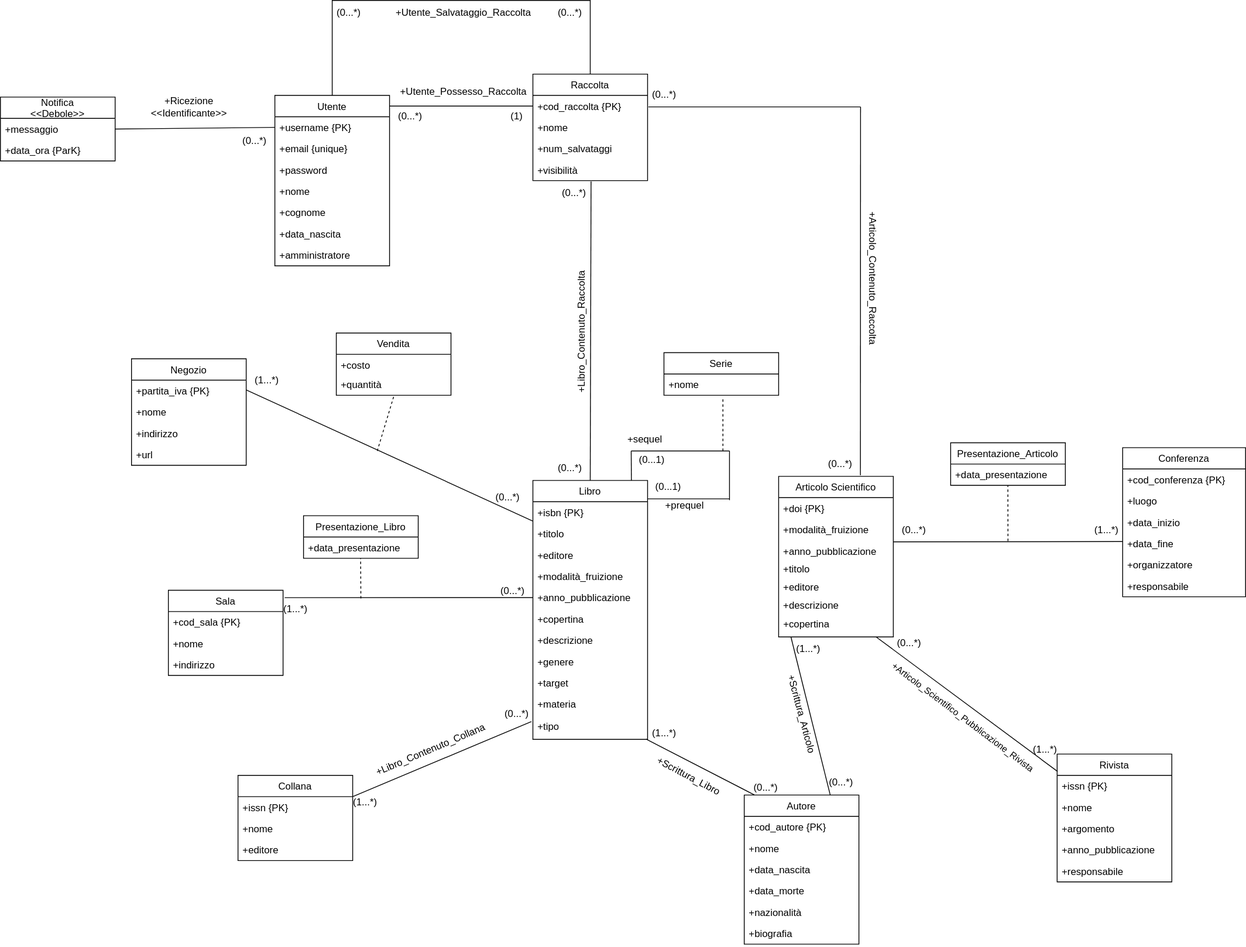
This is progettazione_concettuale/Modello_Concettuale_Ristrutturato_UML.drawio.svg from m3tt0/Progetto_OB_BASI, a draw.io export, as it was before one commit. Source tidied: cells renumbered, new cells last; positions are measured from the earlier drawing's top-left corner, leaving out a move shared by most shapes.
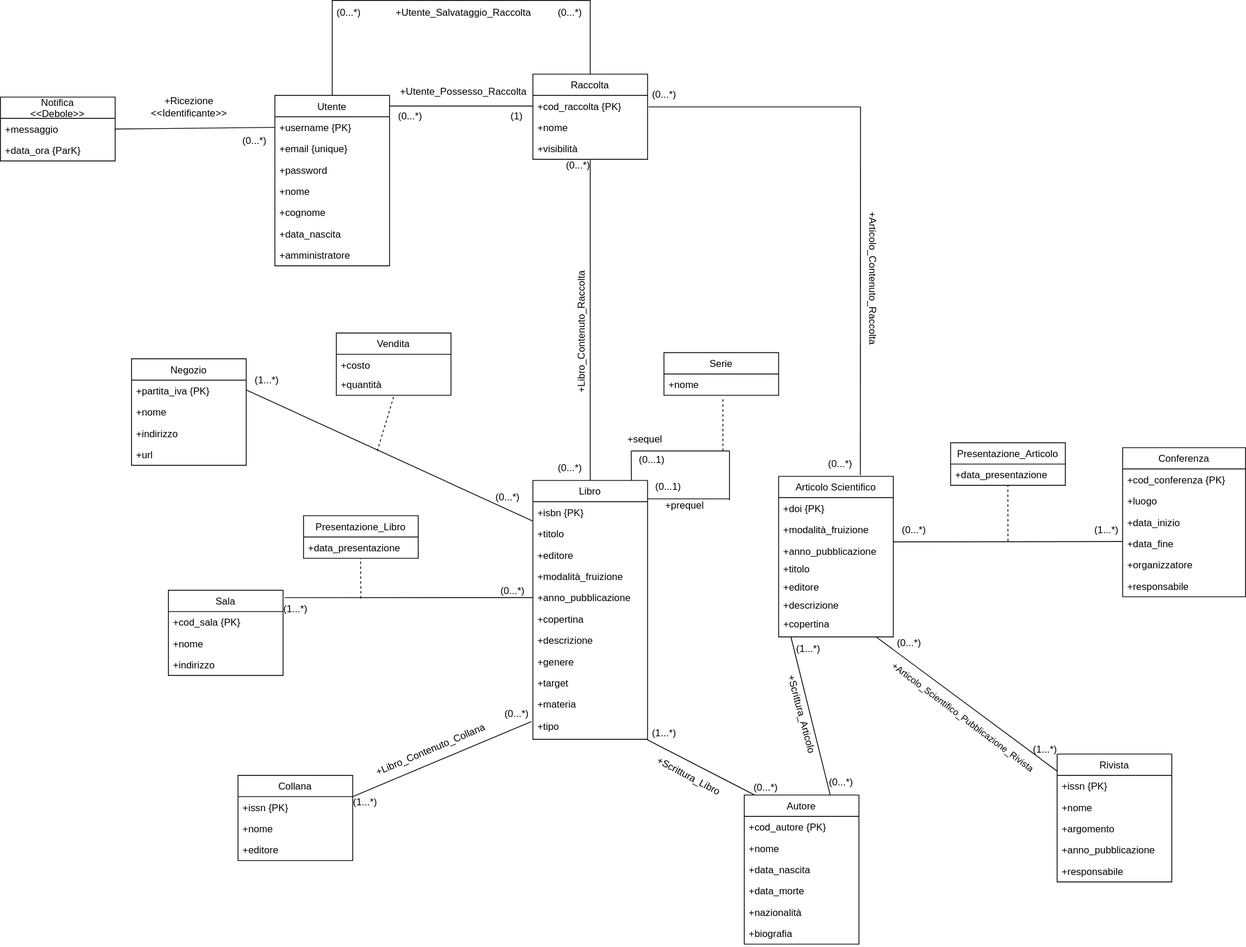
After the change.

Diff of the diagram source:
```diff
@@ -327,7 +327,7 @@
       <mxGeometry x="170" y="110" width="120" height="40" as="geometry" />
     </mxCell>
     <mxCell id="105" value="Raccolta" style="swimlane;fontStyle=0;horizontal=1;startSize=26;fillColor=none;" parent="1" vertex="1">
-      <mxGeometry x="650" y="90" width="140" height="130" as="geometry" />
+      <mxGeometry x="650" y="90" width="140" height="104" as="geometry" />
     </mxCell>
     <mxCell id="106" value="+cod_raccolta {PK}" style="text;strokeColor=none;fillColor=none;align=left;verticalAlign=top;spacingLeft=4;spacingRight=4;overflow=hidden;points=[[0,0.5],[1,0.5]];portConstraint=eastwest;fontStyle=0;" parent="105" vertex="1">
       <mxGeometry y="26" width="140" height="26" as="geometry" />
@@ -335,11 +335,8 @@
     <mxCell id="107" value="+nome" style="text;strokeColor=none;fillColor=none;align=left;verticalAlign=top;spacingLeft=4;spacingRight=4;overflow=hidden;" parent="105" vertex="1">
       <mxGeometry y="52" width="140" height="26" as="geometry" />
     </mxCell>
-    <mxCell id="108" value="+num_salvataggi" style="text;strokeColor=none;fillColor=none;align=left;verticalAlign=top;spacingLeft=4;spacingRight=4;overflow=hidden;" parent="105" vertex="1">
-      <mxGeometry y="78" width="140" height="26" as="geometry" />
-    </mxCell>
     <mxCell id="109" value="+visibilità" style="text;strokeColor=none;fillColor=none;align=left;verticalAlign=top;spacingLeft=4;spacingRight=4;overflow=hidden;points=[[0,0.5],[1,0.5]];portConstraint=eastwest;" parent="105" vertex="1">
-      <mxGeometry y="104" width="140" height="26" as="geometry" />
+      <mxGeometry y="78" width="140" height="26" as="geometry" />
     </mxCell>
     <mxCell id="110" style="endArrow=none;html=1;rounded=0;entryX=0;entryY=0.5;entryDx=0;entryDy=0;exitX=1;exitY=0.5;exitDx=0;exitDy=0;" parent="1" edge="1" target="106">
       <mxGeometry relative="1" as="geometry">
@@ -370,11 +367,11 @@
     <mxCell id="116" value="(0...*)" style="text;html=1;align=center;verticalAlign=middle;strokeColor=none;fillColor=none;" parent="1" vertex="1">
       <mxGeometry x="670" width="50" height="30" as="geometry" />
     </mxCell>
-    <mxCell id="117" style="endArrow=none;html=1;rounded=0;exitX=0.5;exitY=0;exitDx=0;exitDy=0;entryX=0.92;entryY=0.033;entryDx=0;entryDy=0;entryPerimeter=0;" parent="1" edge="1" source="2" target="118">
+    <mxCell id="117" style="endArrow=none;html=1;rounded=0;exitX=0.5;exitY=0;exitDx=0;exitDy=0;entryX=0.5;entryY=1.038;entryDx=0;entryDy=0;entryPerimeter=0;" parent="1" edge="1" source="2" target="109">
       <mxGeometry relative="1" as="geometry" />
     </mxCell>
     <mxCell id="118" value="(0...*)" style="text;html=1;align=center;verticalAlign=middle;points=[];strokeColor=none;fillColor=none;" parent="1" vertex="1">
-      <mxGeometry x="675" y="220" width="50" height="30" as="geometry" />
+      <mxGeometry x="680" y="187" width="50" height="30" as="geometry" />
     </mxCell>
     <mxCell id="119" style="endArrow=none;html=1;rounded=0;" parent="1" edge="1">
       <mxGeometry relative="1" as="geometry">
```
